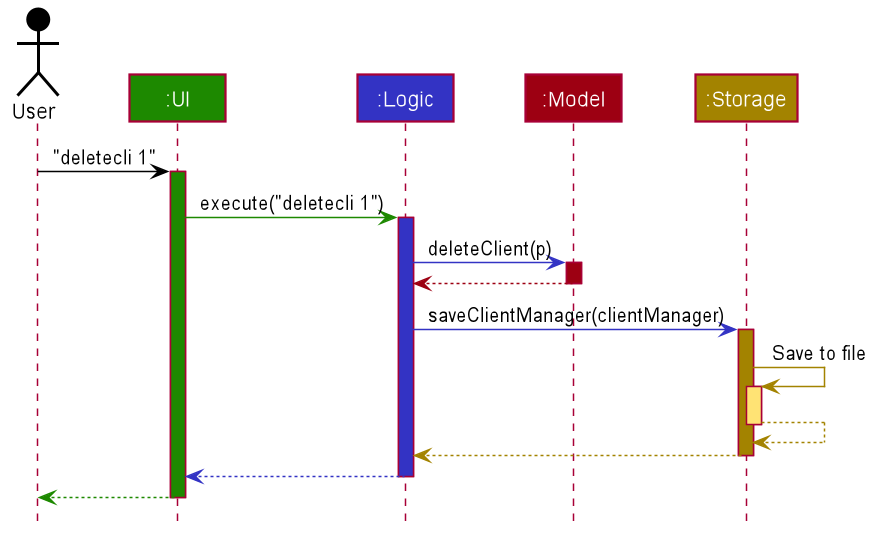
The PlantUML diagram docs/images/ArchitectureSequenceDiagram.png in yanlynnnnn/tp, before a commit. Source of this version:
```plantuml
@startuml








skinparam BackgroundColor #FFFFFFF

skinparam Shadowing false

skinparam Class {
    FontColor #FFFFFF
    BorderThickness 1
    BorderColor #FFFFFF
    StereotypeFontColor #FFFFFF
    FontName Arial
}

skinparam Actor {
    BorderColor #000000
    Color #000000
    FontName Arial
}

skinparam Sequence {
    MessageAlign center
    BoxFontSize 15
    BoxPadding 0
    BoxFontColor #FFFFFF
    FontName Arial
}

skinparam Participant {
    FontColor #FFFFFFF
    Padding 20
}

skinparam MinClassWidth 50
skinparam ParticipantPadding 10
skinparam Shadowing false
skinparam DefaultTextAlignment center
skinparam packageStyle Rectangle

hide footbox
hide members
hide circle

Actor User as user #000000
Participant ":UI" as ui #1D8900
Participant ":Logic" as logic #3333C4
Participant ":Model" as model #9D0012
Participant ":Storage" as storage #A38300

user -[#000000]> ui : "deletecli 1"
activate ui #1D8900

ui -[#1D8900]> logic : execute("deletecli 1")
activate logic #3333C4

logic -[#3333C4]> model : deleteClient(p)
activate model #9D0012

model -[#9D0012]-> logic
deactivate model

logic -[#3333C4]> storage : saveClientManager(clientManager)
activate storage #A38300

storage -[#A38300]> storage : Save to file
activate storage #FFE374
storage --[#A38300]> storage
deactivate storage

storage --[#A38300]> logic
deactivate storage

logic --[#3333C4]> ui
deactivate logic

ui--[#1D8900]> user
deactivate ui
@enduml
```
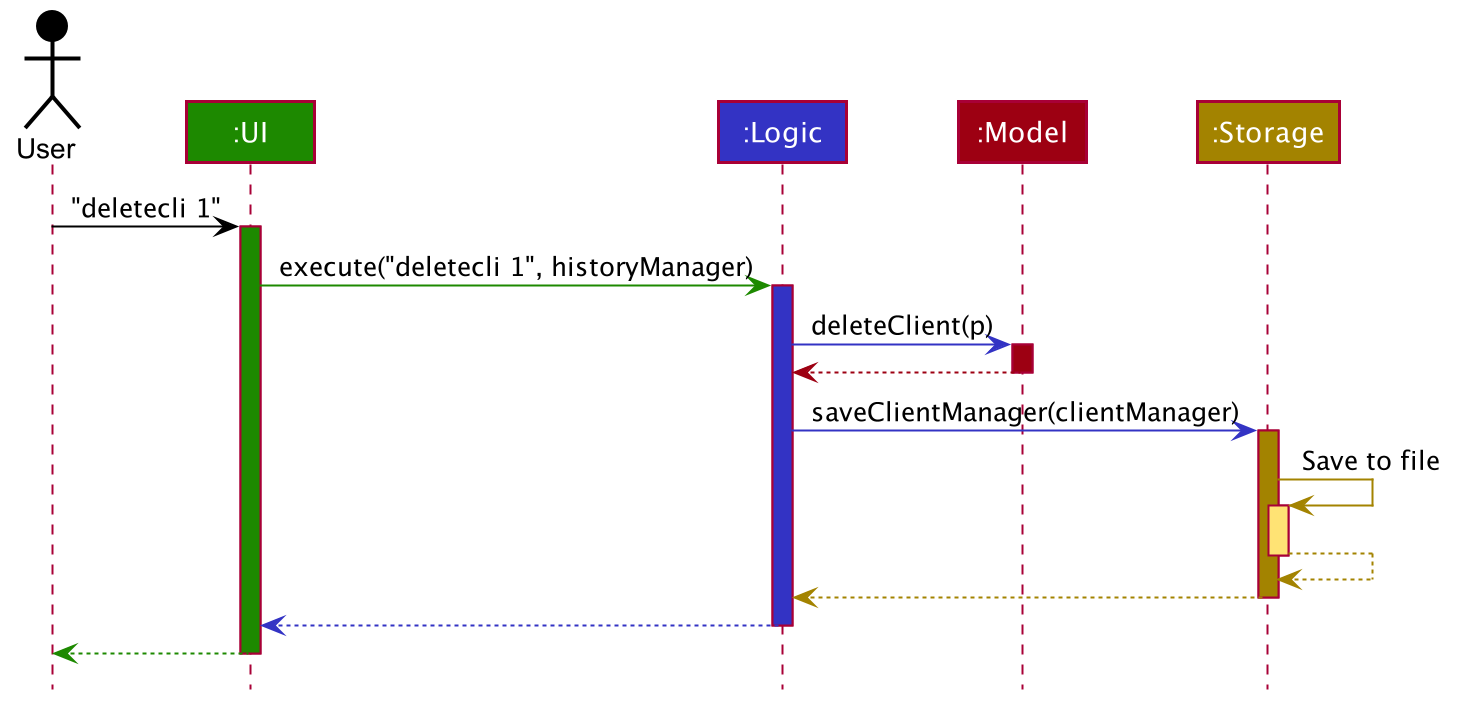
Above is the later version.

The edit, as a diff of the source:
```diff
@@ -17,6 +17,8 @@
     BorderColor #FFFFFF
     StereotypeFontColor #FFFFFF
     FontName Arial
+    AttributeFontColor #FFFFFF
+    AttributeIconSize 0
 }
 
 skinparam Actor {
@@ -45,8 +47,8 @@
 skinparam packageStyle Rectangle
 
 hide footbox
+hide circle
 hide members
-hide circle
 
 Actor User as user #000000
 Participant ":UI" as ui #1D8900
@@ -57,7 +59,7 @@
 user -[#000000]> ui : "deletecli 1"
 activate ui #1D8900
 
-ui -[#1D8900]> logic : execute("deletecli 1")
+ui -[#1D8900]> logic : execute("deletecli 1", historyManager)
 activate logic #3333C4
 
 logic -[#3333C4]> model : deleteClient(p)
```
